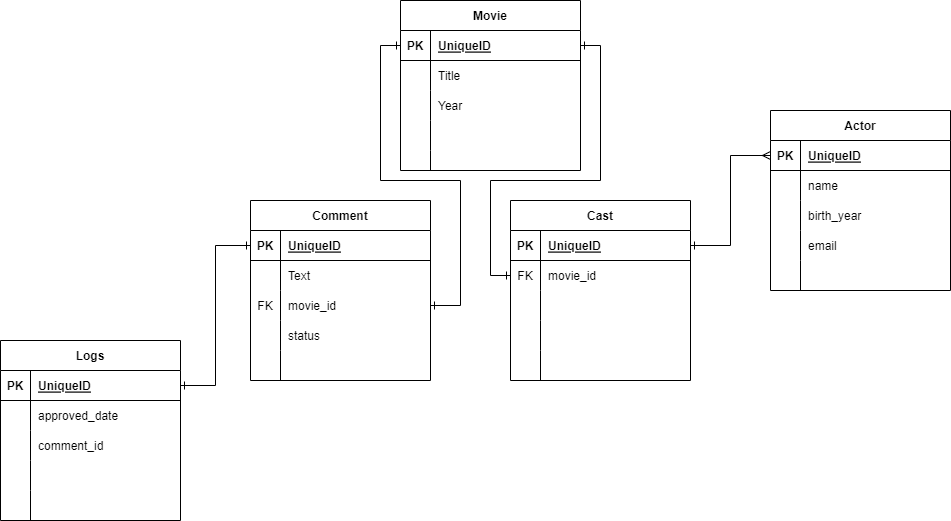
Earlier version of the draw.io export model_diagram.png (Rodrigo-lpds/movie_catalog). Source tidied: cells renumbered, new cells last; positions are measured from the earlier drawing's top-left corner, leaving out a move shared by most shapes.
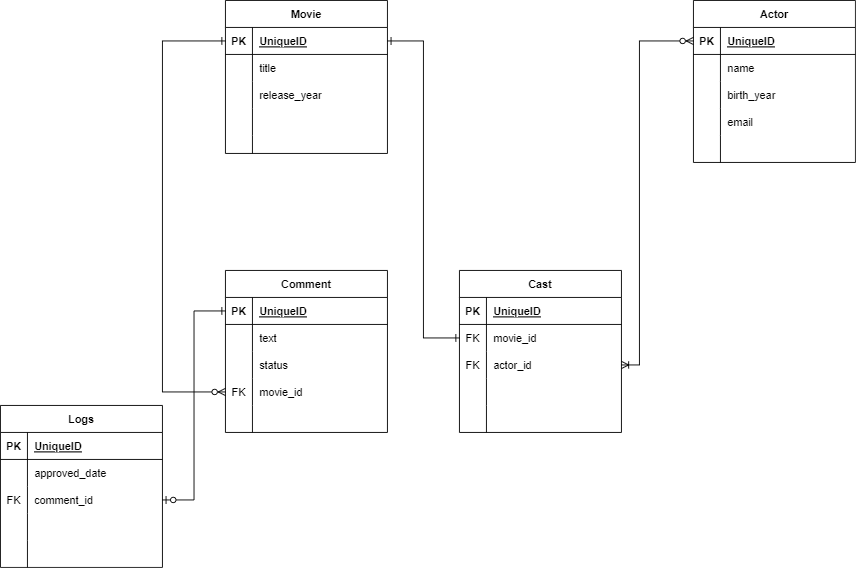
After the commit.

Commit message:
update model diagram

Change to the diagram source:
```diff
@@ -3,7 +3,7 @@
     <mxCell id="0" />
     <mxCell id="1" parent="0" />
     <mxCell id="2" value="Comment" style="shape=table;startSize=30;rowLines=0;fontStyle=1;align=center;" parent="1" vertex="1">
-      <mxGeometry x="250" y="200" width="180" height="180" as="geometry" />
+      <mxGeometry x="320" y="320" width="180" height="180" as="geometry" />
     </mxCell>
     <mxCell id="3" style="shape=tableRow;horizontal=0;startSize=0;swimlaneHead=0;swimlaneBody=0;fillColor=none;points=[[0,0.5],[1,0.5]];portConstraint=eastwest;top=0;left=0;right=0;bottom=1;" parent="2" vertex="1">
       <mxGeometry y="30" width="180" height="30" as="geometry" />
@@ -20,11 +20,20 @@
     <mxCell id="7" style="shape=partialRectangle;fillColor=none;top=0;left=0;bottom=0;right=0;overflow=hidden;" parent="6" vertex="1">
       <mxGeometry width="30" height="30" as="geometry" />
     </mxCell>
-    <mxCell id="8" value="Text" style="shape=partialRectangle;fillColor=none;top=0;left=0;bottom=0;right=0;align=left;spacingLeft=6;overflow=hidden;" parent="6" vertex="1">
+    <mxCell id="8" value="text" style="shape=partialRectangle;fillColor=none;top=0;left=0;bottom=0;right=0;align=left;spacingLeft=6;overflow=hidden;" parent="6" vertex="1">
       <mxGeometry x="30" width="150" height="30" as="geometry" />
     </mxCell>
+    <mxCell id="12" style="shape=tableRow;horizontal=0;startSize=0;swimlaneHead=0;swimlaneBody=0;fillColor=none;top=0;left=0;right=0;bottom=0;" parent="2" vertex="1">
+      <mxGeometry y="90" width="180" height="30" as="geometry" />
+    </mxCell>
+    <mxCell id="13" style="shape=partialRectangle;fillColor=none;top=0;left=0;bottom=0;right=0;overflow=hidden;" parent="12" vertex="1">
+      <mxGeometry width="30" height="30" as="geometry" />
+    </mxCell>
+    <mxCell id="14" value="status" style="shape=partialRectangle;fillColor=none;top=0;left=0;bottom=0;right=0;align=left;spacingLeft=6;overflow=hidden;" parent="12" vertex="1">
+      <mxGeometry x="30" width="150" height="30" as="geometry" />
+    </mxCell>
     <mxCell id="9" style="shape=tableRow;horizontal=0;startSize=0;swimlaneHead=0;swimlaneBody=0;fillColor=none;points=[[0,0.5],[1,0.5]];portConstraint=eastwest;top=0;left=0;right=0;bottom=0;" parent="2" vertex="1">
-      <mxGeometry y="90" width="180" height="30" as="geometry" />
+      <mxGeometry y="120" width="180" height="30" as="geometry" />
     </mxCell>
     <mxCell id="10" value="FK" style="shape=partialRectangle;fillColor=none;top=0;left=0;bottom=0;right=0;overflow=hidden;" parent="9" vertex="1">
       <mxGeometry width="30" height="30" as="geometry" />
@@ -32,15 +41,6 @@
     <mxCell id="11" value="movie_id" style="shape=partialRectangle;fillColor=none;top=0;left=0;bottom=0;right=0;align=left;spacingLeft=6;overflow=hidden;" parent="9" vertex="1">
       <mxGeometry x="30" width="150" height="30" as="geometry" />
     </mxCell>
-    <mxCell id="12" style="shape=tableRow;horizontal=0;startSize=0;swimlaneHead=0;swimlaneBody=0;fillColor=none;top=0;left=0;right=0;bottom=0;" parent="2" vertex="1">
-      <mxGeometry y="120" width="180" height="30" as="geometry" />
-    </mxCell>
-    <mxCell id="13" style="shape=partialRectangle;fillColor=none;top=0;left=0;bottom=0;right=0;overflow=hidden;" parent="12" vertex="1">
-      <mxGeometry width="30" height="30" as="geometry" />
-    </mxCell>
-    <mxCell id="14" value="status" style="shape=partialRectangle;fillColor=none;top=0;left=0;bottom=0;right=0;align=left;spacingLeft=6;overflow=hidden;" parent="12" vertex="1">
-      <mxGeometry x="30" width="150" height="30" as="geometry" />
-    </mxCell>
     <mxCell id="15" style="shape=tableRow;horizontal=0;startSize=0;swimlaneHead=0;swimlaneBody=0;fillColor=none;top=0;left=0;right=0;bottom=0;" parent="2" vertex="1">
       <mxGeometry y="150" width="180" height="30" as="geometry" />
     </mxCell>
@@ -51,7 +51,7 @@
       <mxGeometry x="30" width="150" height="30" as="geometry" />
     </mxCell>
     <mxCell id="18" value="Cast" style="shape=table;startSize=30;rowLines=0;fontStyle=1;align=center;" parent="1" vertex="1">
-      <mxGeometry x="510" y="200" width="180" height="180" as="geometry" />
+      <mxGeometry x="580" y="320" width="180" height="180" as="geometry" />
     </mxCell>
     <mxCell id="19" style="shape=tableRow;horizontal=0;startSize=0;swimlaneHead=0;swimlaneBody=0;fillColor=none;points=[[0,0.5],[1,0.5]];portConstraint=eastwest;top=0;left=0;right=0;bottom=1;" parent="18" vertex="1">
       <mxGeometry y="30" width="180" height="30" as="geometry" />
@@ -74,10 +74,10 @@
     <mxCell id="25" style="shape=tableRow;horizontal=0;startSize=0;swimlaneHead=0;swimlaneBody=0;fillColor=none;points=[[0,0.5],[1,0.5]];portConstraint=eastwest;top=0;left=0;right=0;bottom=0;" parent="18" vertex="1">
       <mxGeometry y="90" width="180" height="30" as="geometry" />
     </mxCell>
-    <mxCell id="26" style="shape=partialRectangle;fillColor=none;top=0;left=0;bottom=0;right=0;overflow=hidden;" parent="25" vertex="1">
+    <mxCell id="26" value="FK" style="shape=partialRectangle;fillColor=none;top=0;left=0;bottom=0;right=0;overflow=hidden;" parent="25" vertex="1">
       <mxGeometry width="30" height="30" as="geometry" />
     </mxCell>
-    <mxCell id="27" style="shape=partialRectangle;fillColor=none;top=0;left=0;bottom=0;right=0;align=left;spacingLeft=6;overflow=hidden;" parent="25" vertex="1">
+    <mxCell id="27" value="actor_id" style="shape=partialRectangle;fillColor=none;top=0;left=0;bottom=0;right=0;align=left;spacingLeft=6;overflow=hidden;" parent="25" vertex="1">
       <mxGeometry x="30" width="150" height="30" as="geometry" />
     </mxCell>
     <mxCell id="28" style="shape=tableRow;horizontal=0;startSize=0;swimlaneHead=0;swimlaneBody=0;fillColor=none;top=0;left=0;right=0;bottom=0;" parent="18" vertex="1">
@@ -99,7 +99,7 @@
       <mxGeometry x="30" width="150" height="30" as="geometry" />
     </mxCell>
     <mxCell id="34" value="Actor" style="shape=table;startSize=30;rowLines=0;fontStyle=1;align=center;" parent="1" vertex="1">
-      <mxGeometry x="770" y="110" width="180" height="180" as="geometry" />
+      <mxGeometry x="840" y="20" width="180" height="180" as="geometry" />
     </mxCell>
     <mxCell id="35" style="shape=tableRow;horizontal=0;startSize=0;swimlaneHead=0;swimlaneBody=0;fillColor=none;points=[[0,0.5],[1,0.5]];portConstraint=eastwest;top=0;left=0;right=0;bottom=1;" parent="34" vertex="1">
       <mxGeometry y="30" width="180" height="30" as="geometry" />
@@ -147,7 +147,7 @@
       <mxGeometry x="30" width="150" height="30" as="geometry" />
     </mxCell>
     <mxCell id="50" value="Movie" style="shape=table;startSize=30;rowLines=0;fontStyle=1;align=center;" parent="1" vertex="1">
-      <mxGeometry x="400" width="180" height="170" as="geometry" />
+      <mxGeometry x="320" y="20" width="180" height="170" as="geometry" />
     </mxCell>
     <mxCell id="51" style="shape=tableRow;horizontal=0;startSize=0;swimlaneHead=0;swimlaneBody=0;fillColor=none;points=[[0,0.5],[1,0.5]];portConstraint=eastwest;top=0;left=0;right=0;bottom=1;" parent="50" vertex="1">
       <mxGeometry y="30" width="180" height="30" as="geometry" />
@@ -164,7 +164,7 @@
     <mxCell id="55" style="shape=partialRectangle;fillColor=none;top=0;left=0;bottom=0;right=0;overflow=hidden;" parent="54" vertex="1">
       <mxGeometry width="30" height="30" as="geometry" />
     </mxCell>
-    <mxCell id="56" value="Title" style="shape=partialRectangle;fillColor=none;top=0;left=0;bottom=0;right=0;align=left;spacingLeft=6;overflow=hidden;" parent="54" vertex="1">
+    <mxCell id="56" value="title" style="shape=partialRectangle;fillColor=none;top=0;left=0;bottom=0;right=0;align=left;spacingLeft=6;overflow=hidden;" parent="54" vertex="1">
       <mxGeometry x="30" width="150" height="30" as="geometry" />
     </mxCell>
     <mxCell id="57" style="shape=tableRow;horizontal=0;startSize=0;swimlaneHead=0;swimlaneBody=0;fillColor=none;top=0;left=0;right=0;bottom=0;" parent="50" vertex="1">
@@ -173,7 +173,7 @@
     <mxCell id="58" style="shape=partialRectangle;fillColor=none;top=0;left=0;bottom=0;right=0;overflow=hidden;" parent="57" vertex="1">
       <mxGeometry width="30" height="30" as="geometry" />
     </mxCell>
-    <mxCell id="59" value="Year" style="shape=partialRectangle;fillColor=none;top=0;left=0;bottom=0;right=0;align=left;spacingLeft=6;overflow=hidden;" parent="57" vertex="1">
+    <mxCell id="59" value="release_year" style="shape=partialRectangle;fillColor=none;top=0;left=0;bottom=0;right=0;align=left;spacingLeft=6;overflow=hidden;" parent="57" vertex="1">
       <mxGeometry x="30" width="150" height="30" as="geometry" />
     </mxCell>
     <mxCell id="60" style="shape=tableRow;horizontal=0;startSize=0;swimlaneHead=0;swimlaneBody=0;fillColor=none;top=0;left=0;right=0;bottom=0;" parent="50" vertex="1">
@@ -195,7 +195,7 @@
       <mxGeometry x="30" width="150" height="20" as="geometry" />
     </mxCell>
     <mxCell id="66" value="Logs" style="shape=table;startSize=30;rowLines=0;fontStyle=1;align=center;" parent="1" vertex="1">
-      <mxGeometry y="340" width="180" height="180" as="geometry" />
+      <mxGeometry x="70" y="470" width="180" height="180" as="geometry" />
     </mxCell>
     <mxCell id="67" style="shape=tableRow;horizontal=0;startSize=0;swimlaneHead=0;swimlaneBody=0;fillColor=none;points=[[0,0.5],[1,0.5]];portConstraint=eastwest;top=0;left=0;right=0;bottom=1;" parent="66" vertex="1">
       <mxGeometry y="30" width="180" height="30" as="geometry" />
@@ -218,7 +218,7 @@
     <mxCell id="73" style="shape=tableRow;horizontal=0;startSize=0;swimlaneHead=0;swimlaneBody=0;fillColor=none;points=[[0,0.5],[1,0.5]];portConstraint=eastwest;top=0;left=0;right=0;bottom=0;" parent="66" vertex="1">
       <mxGeometry y="90" width="180" height="30" as="geometry" />
     </mxCell>
-    <mxCell id="74" style="shape=partialRectangle;fillColor=none;top=0;left=0;bottom=0;right=0;overflow=hidden;" parent="73" vertex="1">
+    <mxCell id="74" value="FK" style="shape=partialRectangle;fillColor=none;top=0;left=0;bottom=0;right=0;overflow=hidden;" parent="73" vertex="1">
       <mxGeometry width="30" height="30" as="geometry" />
     </mxCell>
     <mxCell id="75" value="comment_id" style="shape=partialRectangle;fillColor=none;top=0;left=0;bottom=0;right=0;align=left;spacingLeft=6;overflow=hidden;" parent="73" vertex="1">
@@ -242,31 +242,27 @@
     <mxCell id="81" style="shape=partialRectangle;fillColor=none;top=0;left=0;bottom=0;right=0;align=left;spacingLeft=6;overflow=hidden;" parent="79" vertex="1">
       <mxGeometry x="30" width="150" height="30" as="geometry" />
     </mxCell>
+    <mxCell id="86" style="edgeStyle=orthogonalEdgeStyle;rounded=0;jettySize=auto;html=1;entryX=1;entryY=0.5;entryDx=0;entryDy=0;startArrow=ERzeroToMany;startFill=0;endArrow=ERoneToMany;endFill=0;" parent="1" edge="1" source="35" target="25">
+      <mxGeometry relative="1" as="geometry">
+        <Array as="points">
+          <mxPoint x="780" y="65" />
+          <mxPoint x="780" y="425" />
+        </Array>
+      </mxGeometry>
+    </mxCell>
+    <mxCell id="87" style="edgeStyle=orthogonalEdgeStyle;rounded=0;jettySize=auto;html=1;exitX=0;exitY=0.5;exitDx=0;exitDy=0;entryX=1;entryY=0.5;entryDx=0;entryDy=0;startArrow=ERone;startFill=0;endArrow=ERzeroToOne;endFill=0;" parent="1" edge="1" source="3" target="73">
+      <mxGeometry relative="1" as="geometry" />
+    </mxCell>
+    <mxCell id="83" style="edgeStyle=orthogonalEdgeStyle;rounded=0;jettySize=auto;html=1;entryX=0;entryY=0.5;entryDx=0;entryDy=0;startArrow=ERone;startFill=0;endArrow=ERzeroToMany;endFill=0;" parent="1" edge="1" source="51" target="9">
+      <mxGeometry relative="1" as="geometry">
+        <Array as="points">
+          <mxPoint x="250" y="65" />
+          <mxPoint x="250" y="455" />
+        </Array>
+      </mxGeometry>
+    </mxCell>
-    <mxCell id="82" style="edgeStyle=orthogonalEdgeStyle;rounded=0;jettySize=auto;html=1;exitX=1;exitY=0.5;exitDx=0;exitDy=0;endArrow=ERone;endFill=0;startArrow=ERone;startFill=0;" parent="1" edge="1" source="51" target="22">
-      <mxGeometry relative="1" as="geometry">
-        <Array as="points">
-          <mxPoint x="600" y="45" />
-          <mxPoint x="600" y="180" />
-          <mxPoint x="490" y="180" />
-          <mxPoint x="490" y="275" />
-        </Array>
-      </mxGeometry>
+    <mxCell id="82" style="edgeStyle=orthogonalEdgeStyle;rounded=0;jettySize=auto;html=1;entryX=0;entryY=0.5;entryDx=0;entryDy=0;startArrow=ERone;startFill=0;endArrow=ERone;endFill=0;" parent="1" edge="1" source="51" target="22">
+      <mxGeometry relative="1" as="geometry" />
     </mxCell>
-    <mxCell id="83" style="edgeStyle=orthogonalEdgeStyle;rounded=0;jettySize=auto;html=1;exitX=0;exitY=0.5;exitDx=0;exitDy=0;startArrow=ERone;startFill=0;endArrow=ERone;endFill=0;" parent="1" edge="1" source="51" target="9">
-      <mxGeometry relative="1" as="geometry">
-        <Array as="points">
-          <mxPoint x="380" y="45" />
-          <mxPoint x="380" y="180" />
-          <mxPoint x="460" y="180" />
-          <mxPoint x="460" y="305" />
-        </Array>
-      </mxGeometry>
-    </mxCell>
-    <mxCell id="84" style="edgeStyle=orthogonalEdgeStyle;rounded=0;jettySize=auto;html=1;entryX=0;entryY=0.5;entryDx=0;entryDy=0;startArrow=ERone;startFill=0;endArrow=ERmany;endFill=0;" parent="1" edge="1" source="19" target="35">
-      <mxGeometry relative="1" as="geometry" />
-    </mxCell>
-    <mxCell id="85" style="edgeStyle=orthogonalEdgeStyle;rounded=0;jettySize=auto;html=1;entryX=0;entryY=0.5;entryDx=0;entryDy=0;startArrow=ERone;startFill=0;endArrow=ERone;endFill=0;" parent="1" edge="1" source="67" target="3">
-      <mxGeometry relative="1" as="geometry" />
-    </mxCell>
   </root>
 </mxGraphModel>
```
